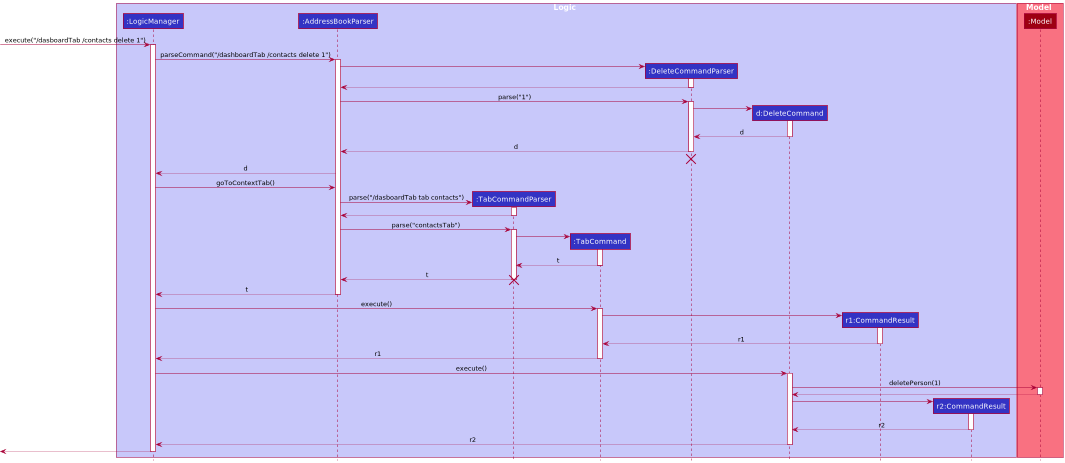
Before: docs/images/DeleteSequenceDiagram.png, a diagram exported from PlantUML (whoisjustinngo/tp). Source of this version:
```plantuml
@startuml
!include style.puml

box Logic LOGIC_COLOR_T1
participant ":LogicManager" as LogicManager LOGIC_COLOR
participant ":AddressBookParser" as AddressBookParser LOGIC_COLOR
participant ":TabCommandParser" as TabCommandParser LOGIC_COLOR
participant ":TabCommand" as TabCommand LOGIC_COLOR
participant ":DeleteCommandParser" as DeleteCommandParser LOGIC_COLOR
participant "d:DeleteCommand" as DeleteCommand LOGIC_COLOR
participant "r1:CommandResult" as CommandResult1 LOGIC_COLOR
participant "r2:CommandResult" as CommandResult2 LOGIC_COLOR
end box

box Model MODEL_COLOR_T1
participant ":Model" as Model MODEL_COLOR
end box

[-> LogicManager : execute("/dasboardTab /contacts delete 1")
activate LogicManager

LogicManager -> AddressBookParser : parseCommand("/dashboardTab /contacts delete 1")
activate AddressBookParser

create DeleteCommandParser
AddressBookParser -> DeleteCommandParser
activate DeleteCommandParser

DeleteCommandParser --> AddressBookParser
deactivate DeleteCommandParser

AddressBookParser -> DeleteCommandParser : parse("1")
activate DeleteCommandParser

create DeleteCommand
DeleteCommandParser -> DeleteCommand
activate DeleteCommand

DeleteCommand --> DeleteCommandParser : d
deactivate DeleteCommand

DeleteCommandParser --> AddressBookParser : d
deactivate DeleteCommandParser
DeleteCommandParser -[hidden]-> AddressBookParser
destroy DeleteCommandParser

AddressBookParser --> LogicManager : d
LogicManager -> AddressBookParser : goToContextTab()

create TabCommandParser
AddressBookParser -> TabCommandParser : parse("/dasboardTab tab contacts")
activate TabCommandParser

TabCommandParser --> AddressBookParser
deactivate TabCommandParser

AddressBookParser -> TabCommandParser : parse("contactsTab")
activate TabCommandParser

create TabCommand
TabCommandParser ->TabCommand
activate TabCommand

TabCommand --> TabCommandParser : t
deactivate TabCommand

TabCommandParser --> AddressBookParser : t
deactivate TabCommandParser
destroy TabCommandParser

AddressBookParser --> LogicManager : t
deactivate AddressBookParser

LogicManager -> TabCommand : execute()
activate TabCommand

create CommandResult1
TabCommand -> CommandResult1
activate CommandResult1

CommandResult1 --> TabCommand: r1
deactivate CommandResult1

TabCommand --> LogicManager : r1
deactivate TabCommand

LogicManager -> DeleteCommand : execute()
activate DeleteCommand

DeleteCommand -> Model : deletePerson(1)
activate Model

Model --> DeleteCommand
deactivate Model

create CommandResult2
DeleteCommand -> CommandResult2
activate CommandResult2

CommandResult2 --> DeleteCommand : r2
deactivate CommandResult2

DeleteCommand --> LogicManager : r2
deactivate DeleteCommand

[<--LogicManager
deactivate LogicManager
@enduml
```
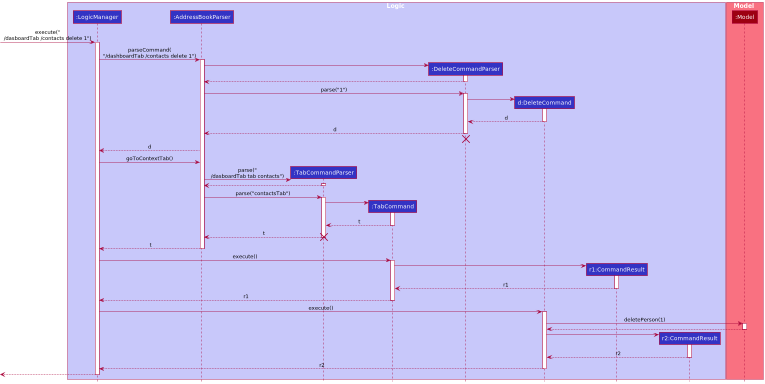
After the change.

Change to the diagram source:
```diff
@@ -16,10 +16,10 @@
 participant ":Model" as Model MODEL_COLOR
 end box
 
-[-> LogicManager : execute("/dasboardTab /contacts delete 1")
+[-> LogicManager : execute("\n/dasboardTab /contacts delete 1")
 activate LogicManager
 
-LogicManager -> AddressBookParser : parseCommand("/dashboardTab /contacts delete 1")
+LogicManager -> AddressBookParser : parseCommand(\n"/dashboardTab /contacts delete 1")
 activate AddressBookParser
 
 create DeleteCommandParser
@@ -48,7 +48,7 @@
 LogicManager -> AddressBookParser : goToContextTab()
 
 create TabCommandParser
-AddressBookParser -> TabCommandParser : parse("/dasboardTab tab contacts")
+AddressBookParser -> TabCommandParser : parse("\n/dasboardTab tab contacts")
 activate TabCommandParser
 
 TabCommandParser --> AddressBookParser
```
